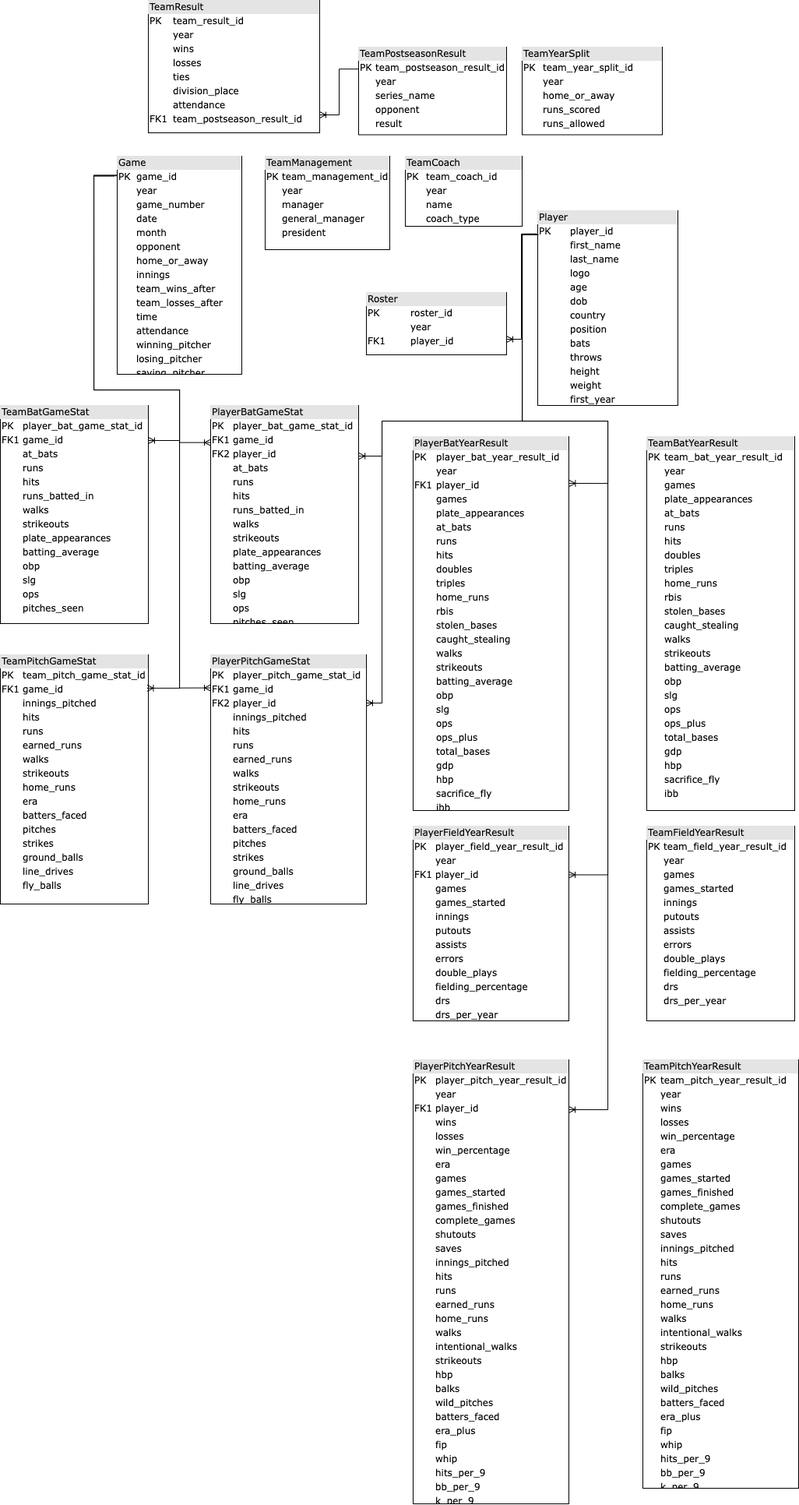
This is docs/database_design.png from dking74/rangers-data-scraper, a draw.io export, as it was before one commit. Source tidied: cells renumbered, new cells last; positions are measured from the earlier drawing's top-left corner, leaving out a move shared by most shapes.
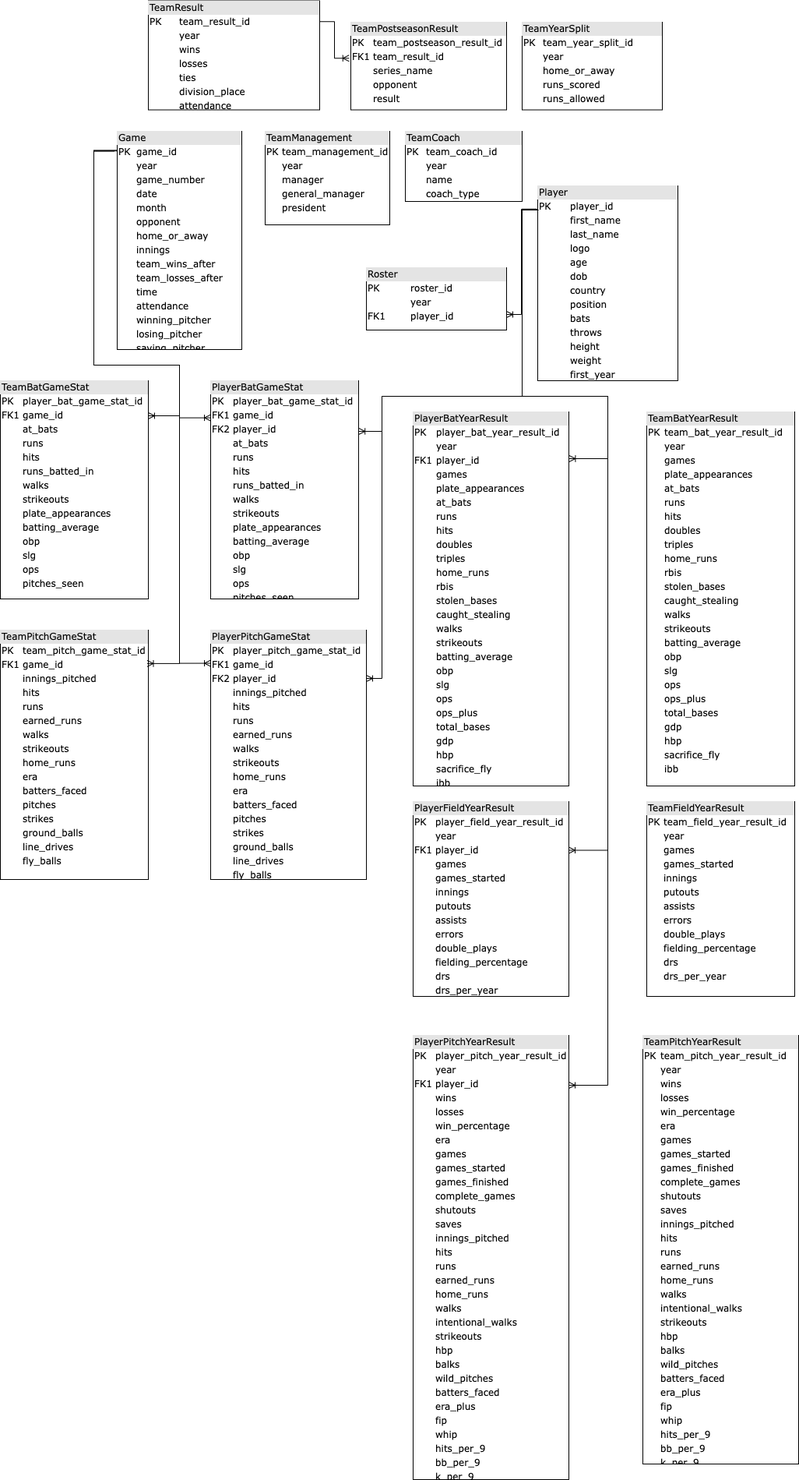
After the change.

Commit message:
Add team_result tracking

Change to the diagram source:
```diff
@@ -2,7 +2,7 @@
   <root>
     <mxCell id="0" />
     <mxCell id="1" parent="0" />
-    <mxCell id="2" style="edgeStyle=orthogonalEdgeStyle;html=1;entryX=0.5;entryY=0;dashed=1;labelBackgroundColor=none;startArrow=ERmandOne;endArrow=ERoneToMany;fontFamily=Verdana;fontSize=12;align=left;" parent="1" edge="1" source="x">
+    <mxCell id="2" style="edgeStyle=orthogonalEdgeStyle;html=1;entryX=0.5;entryY=0;dashed=1;labelBackgroundColor=none;startArrow=ERmandOne;endArrow=ERoneToMany;fontFamily=Verdana;fontSize=12;align=left;" parent="1" edge="1">
       <mxGeometry relative="1" as="geometry">
         <mxPoint x="890" y="440" as="targetPoint" />
       </mxGeometry>
@@ -16,8 +16,8 @@
     <mxCell id="5" value="&lt;div style=&quot;box-sizing: border-box ; width: 100% ; background: #e4e4e4 ; padding: 2px&quot;&gt;Player&lt;/div&gt;&lt;table style=&quot;width: 100% ; font-size: 1em&quot; cellpadding=&quot;2&quot; cellspacing=&quot;0&quot;&gt;&lt;tbody&gt;&lt;tr&gt;&lt;td&gt;PK&lt;/td&gt;&lt;td&gt;player_id&lt;/td&gt;&lt;/tr&gt;&lt;tr&gt;&lt;td&gt;&lt;br&gt;&lt;/td&gt;&lt;td&gt;first_name&lt;/td&gt;&lt;/tr&gt;&lt;tr&gt;&lt;td&gt;&lt;br&gt;&lt;/td&gt;&lt;td&gt;last_name&lt;br&gt;&lt;/td&gt;&lt;/tr&gt;&lt;tr&gt;&lt;td&gt;&lt;br&gt;&lt;/td&gt;&lt;td&gt;logo&lt;/td&gt;&lt;/tr&gt;&lt;tr&gt;&lt;td&gt;&lt;/td&gt;&lt;td&gt;age&lt;/td&gt;&lt;/tr&gt;&lt;tr&gt;&lt;td&gt;&lt;br&gt;&lt;/td&gt;&lt;td&gt;dob&lt;/td&gt;&lt;/tr&gt;&lt;tr&gt;&lt;td&gt;&lt;br&gt;&lt;/td&gt;&lt;td&gt;country&lt;/td&gt;&lt;/tr&gt;&lt;tr&gt;&lt;td&gt;&lt;br&gt;&lt;/td&gt;&lt;td&gt;position&lt;/td&gt;&lt;/tr&gt;&lt;tr&gt;&lt;td&gt;&lt;br&gt;&lt;/td&gt;&lt;td&gt;bats&lt;/td&gt;&lt;/tr&gt;&lt;tr&gt;&lt;td&gt;&lt;br&gt;&lt;/td&gt;&lt;td&gt;throws&lt;/td&gt;&lt;/tr&gt;&lt;tr&gt;&lt;td&gt;&lt;br&gt;&lt;/td&gt;&lt;td&gt;height&lt;/td&gt;&lt;/tr&gt;&lt;tr&gt;&lt;td&gt;&lt;br&gt;&lt;/td&gt;&lt;td&gt;weight&lt;/td&gt;&lt;/tr&gt;&lt;tr&gt;&lt;td&gt;&lt;br&gt;&lt;/td&gt;&lt;td&gt;first_year&lt;/td&gt;&lt;/tr&gt;&lt;/tbody&gt;&lt;/table&gt;" style="verticalAlign=top;align=left;overflow=fill;html=1;rounded=0;shadow=0;comic=0;labelBackgroundColor=none;strokeWidth=1;fontFamily=Verdana;fontSize=12;" parent="1" vertex="1">
       <mxGeometry x="690" y="270" width="180" height="250" as="geometry" />
     </mxCell>
-    <mxCell id="6" value="&lt;div style=&quot;box-sizing: border-box ; width: 100% ; background: #e4e4e4 ; padding: 2px&quot;&gt;TeamResult&lt;/div&gt;&lt;table style=&quot;width: 100% ; font-size: 1em&quot; cellpadding=&quot;2&quot; cellspacing=&quot;0&quot;&gt;&lt;tbody&gt;&lt;tr&gt;&lt;td&gt;PK&lt;/td&gt;&lt;td&gt;team_result_id&lt;/td&gt;&lt;/tr&gt;&lt;tr&gt;&lt;td&gt;&lt;br&gt;&lt;/td&gt;&lt;td&gt;year&lt;/td&gt;&lt;/tr&gt;&lt;tr&gt;&lt;td&gt;&lt;br&gt;&lt;/td&gt;&lt;td&gt;wins&lt;br&gt;&lt;/td&gt;&lt;/tr&gt;&lt;tr&gt;&lt;td&gt;&lt;br&gt;&lt;/td&gt;&lt;td&gt;losses&lt;/td&gt;&lt;/tr&gt;&lt;tr&gt;&lt;td&gt;&lt;br&gt;&lt;/td&gt;&lt;td&gt;ties&lt;/td&gt;&lt;/tr&gt;&lt;tr&gt;&lt;td&gt;&lt;/td&gt;&lt;td&gt;division_place&lt;/td&gt;&lt;/tr&gt;&lt;tr&gt;&lt;td&gt;&lt;br&gt;&lt;/td&gt;&lt;td&gt;attendance&lt;/td&gt;&lt;/tr&gt;&lt;tr&gt;&lt;td&gt;FK1&lt;/td&gt;&lt;td&gt;team_postseason_result_id&lt;/td&gt;&lt;/tr&gt;&lt;/tbody&gt;&lt;/table&gt;" style="verticalAlign=top;align=left;overflow=fill;html=1;rounded=0;shadow=0;comic=0;labelBackgroundColor=none;strokeWidth=1;fontFamily=Verdana;fontSize=12;" parent="1" vertex="1">
-      <mxGeometry x="190" width="220" height="170" as="geometry" />
+    <mxCell id="6" value="&lt;div style=&quot;box-sizing: border-box ; width: 100% ; background: #e4e4e4 ; padding: 2px&quot;&gt;TeamResult&lt;/div&gt;&lt;table style=&quot;width: 100% ; font-size: 1em&quot; cellpadding=&quot;2&quot; cellspacing=&quot;0&quot;&gt;&lt;tbody&gt;&lt;tr&gt;&lt;td&gt;PK&lt;/td&gt;&lt;td&gt;team_result_id&lt;/td&gt;&lt;/tr&gt;&lt;tr&gt;&lt;td&gt;&lt;br&gt;&lt;/td&gt;&lt;td&gt;year&lt;/td&gt;&lt;/tr&gt;&lt;tr&gt;&lt;td&gt;&lt;br&gt;&lt;/td&gt;&lt;td&gt;wins&lt;br&gt;&lt;/td&gt;&lt;/tr&gt;&lt;tr&gt;&lt;td&gt;&lt;br&gt;&lt;/td&gt;&lt;td&gt;losses&lt;/td&gt;&lt;/tr&gt;&lt;tr&gt;&lt;td&gt;&lt;br&gt;&lt;/td&gt;&lt;td&gt;ties&lt;/td&gt;&lt;/tr&gt;&lt;tr&gt;&lt;td&gt;&lt;/td&gt;&lt;td&gt;division_place&lt;/td&gt;&lt;/tr&gt;&lt;tr&gt;&lt;td&gt;&lt;br&gt;&lt;/td&gt;&lt;td&gt;attendance&lt;/td&gt;&lt;/tr&gt;&lt;tr&gt;&lt;td&gt;&lt;br&gt;&lt;/td&gt;&lt;td&gt;&lt;br&gt;&lt;/td&gt;&lt;/tr&gt;&lt;/tbody&gt;&lt;/table&gt;" style="verticalAlign=top;align=left;overflow=fill;html=1;rounded=0;shadow=0;comic=0;labelBackgroundColor=none;strokeWidth=1;fontFamily=Verdana;fontSize=12;" parent="1" vertex="1">
+      <mxGeometry x="190" y="32.5" width="220" height="140" as="geometry" />
     </mxCell>
     <mxCell id="7" value="&lt;div style=&quot;box-sizing: border-box ; width: 100% ; background: #e4e4e4 ; padding: 2px&quot;&gt;TeamCoach&lt;/div&gt;&lt;table style=&quot;width: 100% ; font-size: 1em&quot; cellpadding=&quot;2&quot; cellspacing=&quot;0&quot;&gt;&lt;tbody&gt;&lt;tr&gt;&lt;td&gt;PK&lt;/td&gt;&lt;td&gt;team_coach_id&lt;/td&gt;&lt;/tr&gt;&lt;tr&gt;&lt;td&gt;&lt;br&gt;&lt;/td&gt;&lt;td&gt;year&lt;br&gt;&lt;/td&gt;&lt;/tr&gt;&lt;tr&gt;&lt;td&gt;&lt;br&gt;&lt;/td&gt;&lt;td&gt;name&lt;/td&gt;&lt;/tr&gt;&lt;tr&gt;&lt;td&gt;&lt;br&gt;&lt;/td&gt;&lt;td&gt;coach_type&lt;/td&gt;&lt;/tr&gt;&lt;tr&gt;&lt;td&gt;&amp;nbsp;&amp;nbsp;&lt;/td&gt;&lt;td&gt;&lt;br&gt;&lt;/td&gt;&lt;/tr&gt;&lt;tr&gt;&lt;td&gt;&lt;br&gt;&lt;/td&gt;&lt;td&gt;&lt;br&gt;&lt;/td&gt;&lt;/tr&gt;&lt;/tbody&gt;&lt;/table&gt;" style="verticalAlign=top;align=left;overflow=fill;html=1;rounded=0;shadow=0;comic=0;labelBackgroundColor=none;strokeWidth=1;fontFamily=Verdana;fontSize=12;" parent="1" vertex="1">
       <mxGeometry x="520" y="200" width="150" height="90" as="geometry" />
@@ -34,8 +34,8 @@
     <mxCell id="11" value="&lt;div style=&quot;box-sizing: border-box ; width: 100% ; background: #e4e4e4 ; padding: 2px&quot;&gt;TeamYearSplit&lt;/div&gt;&lt;table style=&quot;width: 100% ; font-size: 1em&quot; cellpadding=&quot;2&quot; cellspacing=&quot;0&quot;&gt;&lt;tbody&gt;&lt;tr&gt;&lt;td&gt;PK&lt;/td&gt;&lt;td&gt;team_year_split_id&lt;/td&gt;&lt;/tr&gt;&lt;tr&gt;&lt;td&gt;&lt;br&gt;&lt;/td&gt;&lt;td&gt;year&lt;/td&gt;&lt;/tr&gt;&lt;tr&gt;&lt;td&gt;&lt;br&gt;&lt;/td&gt;&lt;td&gt;home_or_away&lt;br&gt;&lt;/td&gt;&lt;/tr&gt;&lt;tr&gt;&lt;td&gt;&lt;br&gt;&lt;/td&gt;&lt;td&gt;runs_scored&lt;/td&gt;&lt;/tr&gt;&lt;tr&gt;&lt;td&gt;&lt;/td&gt;&lt;td&gt;runs_allowed&lt;/td&gt;&lt;/tr&gt;&lt;tr&gt;&lt;td&gt;&lt;br&gt;&lt;/td&gt;&lt;td&gt;&lt;br&gt;&lt;/td&gt;&lt;/tr&gt;&lt;/tbody&gt;&lt;/table&gt;" style="verticalAlign=top;align=left;overflow=fill;html=1;rounded=0;shadow=0;comic=0;labelBackgroundColor=none;strokeWidth=1;fontFamily=Verdana;fontSize=12;" parent="1" vertex="1">
       <mxGeometry x="670" y="60" width="180" height="112.5" as="geometry" />
     </mxCell>
-    <mxCell id="12" value="&lt;div style=&quot;box-sizing: border-box ; width: 100% ; background: #e4e4e4 ; padding: 2px&quot;&gt;TeamPostseasonResult&lt;/div&gt;&lt;table style=&quot;width: 100% ; font-size: 1em&quot; cellpadding=&quot;2&quot; cellspacing=&quot;0&quot;&gt;&lt;tbody&gt;&lt;tr&gt;&lt;td&gt;PK&lt;/td&gt;&lt;td&gt;team_postseason_result_id&lt;/td&gt;&lt;/tr&gt;&lt;tr&gt;&lt;td&gt;&lt;br&gt;&lt;/td&gt;&lt;td&gt;year&lt;/td&gt;&lt;/tr&gt;&lt;tr&gt;&lt;td&gt;&lt;br&gt;&lt;/td&gt;&lt;td&gt;series_name&lt;br&gt;&lt;/td&gt;&lt;/tr&gt;&lt;tr&gt;&lt;td&gt;&lt;br&gt;&lt;/td&gt;&lt;td&gt;opponent&lt;/td&gt;&lt;/tr&gt;&lt;tr&gt;&lt;td&gt;&lt;br&gt;&lt;/td&gt;&lt;td&gt;result&lt;/td&gt;&lt;/tr&gt;&lt;tr&gt;&lt;td&gt;&lt;/td&gt;&lt;td&gt;&lt;br&gt;&lt;/td&gt;&lt;/tr&gt;&lt;tr&gt;&lt;td&gt;&lt;br&gt;&lt;/td&gt;&lt;td&gt;&lt;br&gt;&lt;/td&gt;&lt;/tr&gt;&lt;tr&gt;&lt;td&gt;&lt;br&gt;&lt;/td&gt;&lt;td&gt;&lt;br&gt;&lt;/td&gt;&lt;/tr&gt;&lt;/tbody&gt;&lt;/table&gt;" style="verticalAlign=top;align=left;overflow=fill;html=1;rounded=0;shadow=0;comic=0;labelBackgroundColor=none;strokeWidth=1;fontFamily=Verdana;fontSize=12;" parent="1" vertex="1">
-      <mxGeometry x="460" y="60" width="190" height="112.5" as="geometry" />
+    <mxCell id="12" value="&lt;div style=&quot;box-sizing: border-box ; width: 100% ; background: #e4e4e4 ; padding: 2px&quot;&gt;TeamPostseasonResult&lt;/div&gt;&lt;table style=&quot;width: 100% ; font-size: 1em&quot; cellpadding=&quot;2&quot; cellspacing=&quot;0&quot;&gt;&lt;tbody&gt;&lt;tr&gt;&lt;td&gt;PK&lt;/td&gt;&lt;td&gt;team_postseason_result_id&lt;/td&gt;&lt;/tr&gt;&lt;tr&gt;&lt;td&gt;FK1&lt;/td&gt;&lt;td&gt;team_result_id&lt;/td&gt;&lt;/tr&gt;&lt;tr&gt;&lt;td&gt;&lt;br&gt;&lt;/td&gt;&lt;td&gt;series_name&lt;br&gt;&lt;/td&gt;&lt;/tr&gt;&lt;tr&gt;&lt;td&gt;&lt;br&gt;&lt;/td&gt;&lt;td&gt;opponent&lt;/td&gt;&lt;/tr&gt;&lt;tr&gt;&lt;td&gt;&lt;br&gt;&lt;/td&gt;&lt;td&gt;result&lt;/td&gt;&lt;/tr&gt;&lt;tr&gt;&lt;td&gt;&lt;/td&gt;&lt;td&gt;&lt;br&gt;&lt;/td&gt;&lt;/tr&gt;&lt;tr&gt;&lt;td&gt;&lt;br&gt;&lt;/td&gt;&lt;td&gt;&lt;br&gt;&lt;/td&gt;&lt;/tr&gt;&lt;tr&gt;&lt;td&gt;&lt;br&gt;&lt;/td&gt;&lt;td&gt;&lt;br&gt;&lt;/td&gt;&lt;/tr&gt;&lt;/tbody&gt;&lt;/table&gt;" style="verticalAlign=top;align=left;overflow=fill;html=1;rounded=0;shadow=0;comic=0;labelBackgroundColor=none;strokeWidth=1;fontFamily=Verdana;fontSize=12;" parent="1" vertex="1">
+      <mxGeometry x="450" y="60" width="200" height="112.5" as="geometry" />
     </mxCell>
     <mxCell id="13" value="&lt;div style=&quot;box-sizing: border-box ; width: 100% ; background: #e4e4e4 ; padding: 2px&quot;&gt;PlayerBatGameStat&lt;/div&gt;&lt;table style=&quot;width: 100% ; font-size: 1em&quot; cellpadding=&quot;2&quot; cellspacing=&quot;0&quot;&gt;&lt;tbody&gt;&lt;tr&gt;&lt;td&gt;PK&lt;/td&gt;&lt;td&gt;player_bat_game_stat_id&lt;/td&gt;&lt;/tr&gt;&lt;tr&gt;&lt;td&gt;FK1&lt;/td&gt;&lt;td&gt;game_id&lt;/td&gt;&lt;/tr&gt;&lt;tr&gt;&lt;td&gt;FK2&lt;/td&gt;&lt;td&gt;player_id&lt;br&gt;&lt;/td&gt;&lt;/tr&gt;&lt;tr&gt;&lt;td&gt;&lt;br&gt;&lt;/td&gt;&lt;td&gt;at_bats&lt;/td&gt;&lt;/tr&gt;&lt;tr&gt;&lt;td&gt;&lt;br&gt;&lt;/td&gt;&lt;td&gt;runs&lt;/td&gt;&lt;/tr&gt;&lt;tr&gt;&lt;td&gt;&lt;/td&gt;&lt;td&gt;hits&lt;/td&gt;&lt;/tr&gt;&lt;tr&gt;&lt;td&gt;&lt;br&gt;&lt;/td&gt;&lt;td&gt;runs_batted_in&lt;/td&gt;&lt;/tr&gt;&lt;tr&gt;&lt;td&gt;&lt;br&gt;&lt;/td&gt;&lt;td&gt;walks&lt;/td&gt;&lt;/tr&gt;&lt;tr&gt;&lt;td&gt;&lt;br&gt;&lt;/td&gt;&lt;td&gt;strikeouts&lt;/td&gt;&lt;/tr&gt;&lt;tr&gt;&lt;td&gt;&lt;br&gt;&lt;/td&gt;&lt;td&gt;plate_appearances&lt;/td&gt;&lt;/tr&gt;&lt;tr&gt;&lt;td&gt;&lt;br&gt;&lt;/td&gt;&lt;td&gt;batting_average&lt;/td&gt;&lt;/tr&gt;&lt;tr&gt;&lt;td&gt;&lt;br&gt;&lt;/td&gt;&lt;td&gt;obp&lt;/td&gt;&lt;/tr&gt;&lt;tr&gt;&lt;td&gt;&lt;br&gt;&lt;/td&gt;&lt;td&gt;slg&lt;br&gt;&lt;/td&gt;&lt;/tr&gt;&lt;tr&gt;&lt;td&gt;&lt;br&gt;&lt;/td&gt;&lt;td&gt;ops&lt;br&gt;&lt;/td&gt;&lt;/tr&gt;&lt;tr&gt;&lt;td&gt;&lt;br&gt;&lt;/td&gt;&lt;td&gt;pitches_seen&lt;/td&gt;&lt;/tr&gt;&lt;tr&gt;&lt;td&gt;&lt;br&gt;&lt;/td&gt;&lt;td&gt;&lt;br&gt;&lt;/td&gt;&lt;/tr&gt;&lt;tr&gt;&lt;td&gt;&lt;br&gt;&lt;/td&gt;&lt;td&gt;&lt;br&gt;&lt;/td&gt;&lt;/tr&gt;&lt;tr&gt;&lt;td&gt;&lt;br&gt;&lt;/td&gt;&lt;td&gt;&lt;br&gt;&lt;/td&gt;&lt;/tr&gt;&lt;tr&gt;&lt;td&gt;&lt;br&gt;&lt;/td&gt;&lt;td&gt;&lt;br&gt;&lt;/td&gt;&lt;/tr&gt;&lt;/tbody&gt;&lt;/table&gt;" style="verticalAlign=top;align=left;overflow=fill;html=1;rounded=0;shadow=0;comic=0;labelBackgroundColor=none;strokeWidth=1;fontFamily=Verdana;fontSize=12;" parent="1" vertex="1">
       <mxGeometry x="270" y="520" width="190" height="280" as="geometry" />
@@ -52,10 +52,8 @@
     <mxCell id="17" value="&lt;div style=&quot;box-sizing: border-box ; width: 100% ; background: #e4e4e4 ; padding: 2px&quot;&gt;Game&lt;/div&gt;&lt;table style=&quot;width: 100% ; font-size: 1em&quot; cellpadding=&quot;2&quot; cellspacing=&quot;0&quot;&gt;&lt;tbody&gt;&lt;tr&gt;&lt;td&gt;PK&lt;/td&gt;&lt;td&gt;game_id&lt;/td&gt;&lt;/tr&gt;&lt;tr&gt;&lt;td&gt;&lt;br&gt;&lt;/td&gt;&lt;td&gt;year&lt;/td&gt;&lt;/tr&gt;&lt;tr&gt;&lt;td&gt;&lt;br&gt;&lt;/td&gt;&lt;td&gt;game_number&lt;br&gt;&lt;/td&gt;&lt;/tr&gt;&lt;tr&gt;&lt;td&gt;&lt;br&gt;&lt;/td&gt;&lt;td&gt;date&lt;/td&gt;&lt;/tr&gt;&lt;tr&gt;&lt;td&gt;&lt;br&gt;&lt;/td&gt;&lt;td&gt;month&lt;/td&gt;&lt;/tr&gt;&lt;tr&gt;&lt;td&gt;&lt;/td&gt;&lt;td&gt;opponent&lt;/td&gt;&lt;/tr&gt;&lt;tr&gt;&lt;td&gt;&lt;br&gt;&lt;/td&gt;&lt;td&gt;home_or_away&lt;/td&gt;&lt;/tr&gt;&lt;tr&gt;&lt;td&gt;&lt;br&gt;&lt;/td&gt;&lt;td&gt;innings&lt;/td&gt;&lt;/tr&gt;&lt;tr&gt;&lt;td&gt;&lt;br&gt;&lt;/td&gt;&lt;td&gt;team_wins_after&lt;/td&gt;&lt;/tr&gt;&lt;tr&gt;&lt;td&gt;&lt;br&gt;&lt;/td&gt;&lt;td&gt;team_losses_after&lt;/td&gt;&lt;/tr&gt;&lt;tr&gt;&lt;td&gt;&lt;br&gt;&lt;/td&gt;&lt;td&gt;time&lt;/td&gt;&lt;/tr&gt;&lt;tr&gt;&lt;td&gt;&lt;br&gt;&lt;/td&gt;&lt;td&gt;attendance&lt;/td&gt;&lt;/tr&gt;&lt;tr&gt;&lt;td&gt;&lt;br&gt;&lt;/td&gt;&lt;td&gt;winning_pitcher&lt;/td&gt;&lt;/tr&gt;&lt;tr&gt;&lt;td&gt;&lt;br&gt;&lt;/td&gt;&lt;td&gt;losing_pitcher&lt;/td&gt;&lt;/tr&gt;&lt;tr&gt;&lt;td&gt;&lt;br&gt;&lt;/td&gt;&lt;td&gt;saving_pitcher&lt;/td&gt;&lt;/tr&gt;&lt;/tbody&gt;&lt;/table&gt;" style="verticalAlign=top;align=left;overflow=fill;html=1;rounded=0;shadow=0;comic=0;labelBackgroundColor=none;strokeWidth=1;fontFamily=Verdana;fontSize=12;" parent="1" vertex="1">
       <mxGeometry x="150" y="200" width="160" height="280" as="geometry" />
     </mxCell>
-    <mxCell id="18" style="edgeStyle=elbowEdgeStyle;fontSize=12;html=1;endArrow=ERoneToMany;rounded=0;exitX=0;exitY=0.25;exitDx=0;exitDy=0;" parent="1" edge="1" source="12">
-      <mxGeometry relative="1" as="geometry">
-        <mxPoint x="410" y="147" as="targetPoint" />
-      </mxGeometry>
+    <mxCell id="18" style="edgeStyle=elbowEdgeStyle;fontSize=12;html=1;endArrow=ERoneToMany;rounded=0;exitX=1;exitY=0.191;exitDx=0;exitDy=0;exitPerimeter=0;entryX=-0.011;entryY=0.411;entryDx=0;entryDy=0;entryPerimeter=0;" parent="1" edge="1" source="6" target="12">
+      <mxGeometry relative="1" as="geometry" />
     </mxCell>
     <mxCell id="19" value="&lt;div style=&quot;box-sizing: border-box ; width: 100% ; background: #e4e4e4 ; padding: 2px&quot;&gt;PlayerPitchGameStat&lt;/div&gt;&lt;table style=&quot;width: 100% ; font-size: 1em&quot; cellpadding=&quot;2&quot; cellspacing=&quot;0&quot;&gt;&lt;tbody&gt;&lt;tr&gt;&lt;td&gt;PK&lt;/td&gt;&lt;td&gt;player_pitch_game_stat_id&lt;/td&gt;&lt;/tr&gt;&lt;tr&gt;&lt;td&gt;FK1&lt;/td&gt;&lt;td&gt;game_id&lt;/td&gt;&lt;/tr&gt;&lt;tr&gt;&lt;td&gt;FK2&lt;/td&gt;&lt;td&gt;player_id&lt;/td&gt;&lt;/tr&gt;&lt;tr&gt;&lt;td&gt;&lt;br&gt;&lt;/td&gt;&lt;td&gt;innings_pitched&lt;/td&gt;&lt;/tr&gt;&lt;tr&gt;&lt;td&gt;&lt;br&gt;&lt;/td&gt;&lt;td&gt;hits&lt;/td&gt;&lt;/tr&gt;&lt;tr&gt;&lt;td&gt;&lt;/td&gt;&lt;td&gt;runs&lt;/td&gt;&lt;/tr&gt;&lt;tr&gt;&lt;td&gt;&lt;br&gt;&lt;/td&gt;&lt;td&gt;earned_runs&lt;/td&gt;&lt;/tr&gt;&lt;tr&gt;&lt;td&gt;&lt;br&gt;&lt;/td&gt;&lt;td&gt;walks&lt;/td&gt;&lt;/tr&gt;&lt;tr&gt;&lt;td&gt;&lt;br&gt;&lt;/td&gt;&lt;td&gt;strikeouts&lt;/td&gt;&lt;/tr&gt;&lt;tr&gt;&lt;td&gt;&lt;br&gt;&lt;/td&gt;&lt;td&gt;home_runs&lt;/td&gt;&lt;/tr&gt;&lt;tr&gt;&lt;td&gt;&lt;br&gt;&lt;/td&gt;&lt;td&gt;era&lt;/td&gt;&lt;/tr&gt;&lt;tr&gt;&lt;td&gt;&lt;br&gt;&lt;/td&gt;&lt;td&gt;batters_faced&lt;/td&gt;&lt;/tr&gt;&lt;tr&gt;&lt;td&gt;&lt;br&gt;&lt;/td&gt;&lt;td&gt;pitches&lt;/td&gt;&lt;/tr&gt;&lt;tr&gt;&lt;td&gt;&lt;br&gt;&lt;/td&gt;&lt;td&gt;strikes&lt;/td&gt;&lt;/tr&gt;&lt;tr&gt;&lt;td&gt;&lt;br&gt;&lt;/td&gt;&lt;td&gt;ground_balls&lt;/td&gt;&lt;/tr&gt;&lt;tr&gt;&lt;td&gt;&lt;br&gt;&lt;/td&gt;&lt;td&gt;line_drives&lt;/td&gt;&lt;/tr&gt;&lt;tr&gt;&lt;td&gt;&lt;br&gt;&lt;/td&gt;&lt;td&gt;fly_balls&lt;/td&gt;&lt;/tr&gt;&lt;/tbody&gt;&lt;/table&gt;" style="verticalAlign=top;align=left;overflow=fill;html=1;rounded=0;shadow=0;comic=0;labelBackgroundColor=none;strokeWidth=1;fontFamily=Verdana;fontSize=12;" parent="1" vertex="1">
       <mxGeometry x="270" y="840" width="200" height="320" as="geometry" />
```
